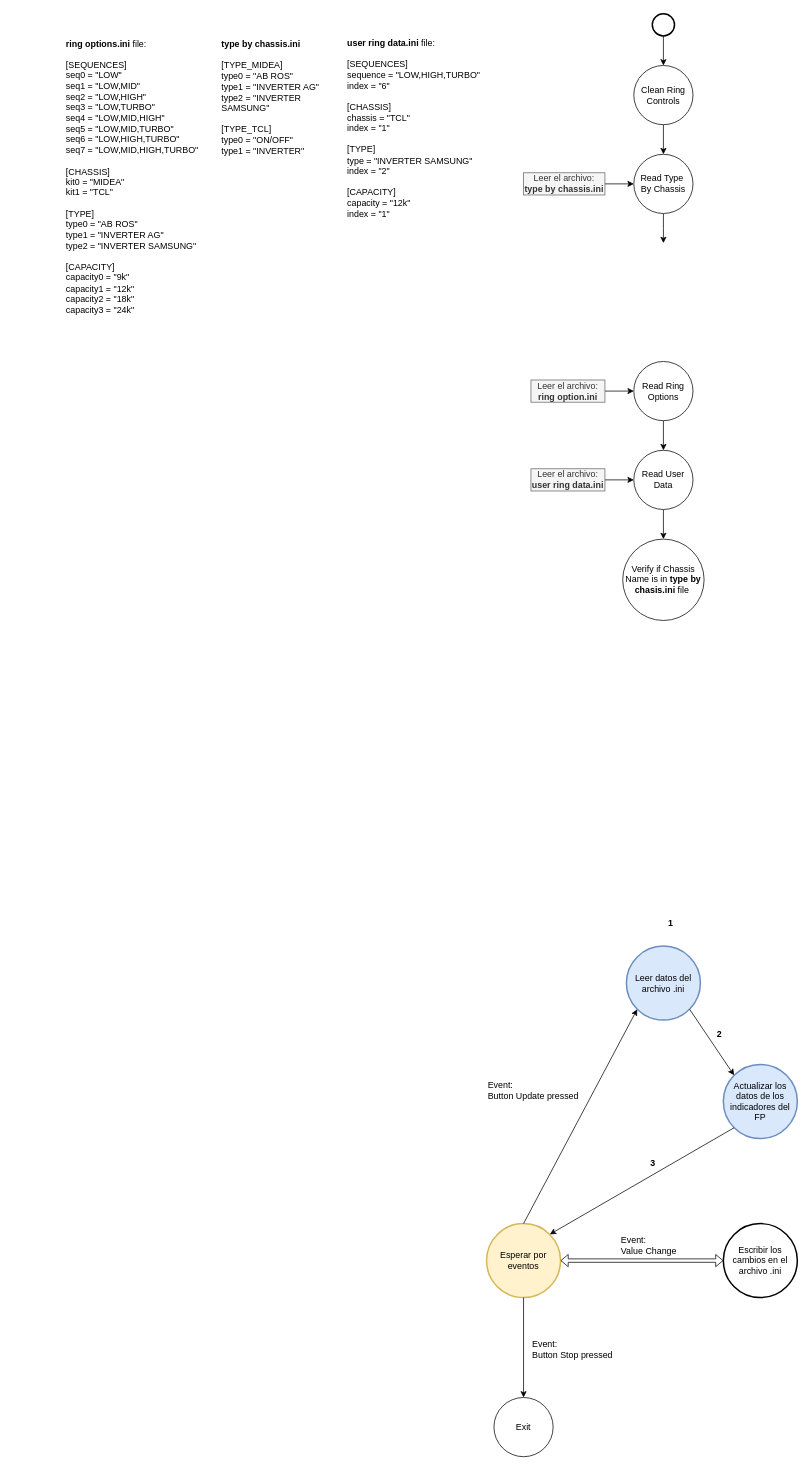
Earlier version of the draw.io diagram page "Página-2" (1 of 2) of documentation/Diagrama de flujo2.drawio (rnt-code/Actualizacion-Dinamica-y-Persistente-de-Datos-en-el-Panel-Frontal). Source tidied: cells renumbered, new cells numbered last; positions are measured from the earlier drawing's top-left corner, leaving out a move shared by most shapes. Both pictures are drawn from the tidied source at 74%, with x=0, y=0 at pixel (64, 13).
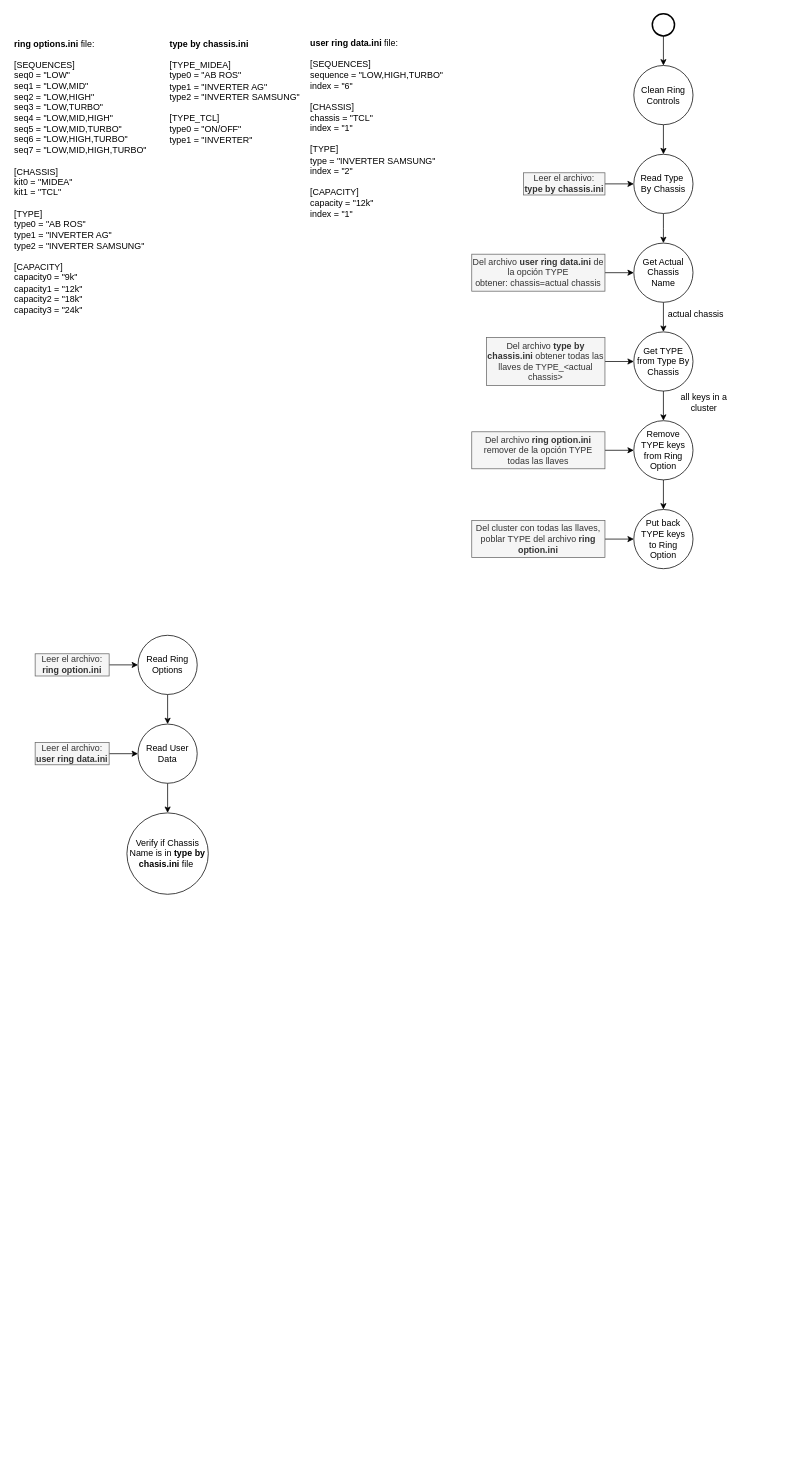
Above is the later version.

Change to the diagram source:
```diff
@@
-    <mxCell id="4" value="Leer datos del archivo .ini" style="strokeWidth=2;html=1;shape=mxgraph.flowchart.start_2;whiteSpace=wrap;fillColor=#dae8fc;strokeColor=#6c8ebf;" parent="1" vertex="1">
-      <mxGeometry x="759" y="1260" width="100" height="100" as="geometry" />
-    </mxCell>
-    <mxCell id="5" value="Actualizar los datos de los indicadores del FP" style="strokeWidth=2;html=1;shape=mxgraph.flowchart.start_2;whiteSpace=wrap;fillColor=#dae8fc;strokeColor=#6c8ebf;" parent="1" vertex="1">
-      <mxGeometry x="890" y="1420" width="100" height="100" as="geometry" />
-    </mxCell>
-    <mxCell id="6" value="Esperar por eventos" style="strokeWidth=2;html=1;shape=mxgraph.flowchart.start_2;whiteSpace=wrap;fillColor=#fff2cc;strokeColor=#d6b656;" parent="1" vertex="1">
-      <mxGeometry x="570" y="1635" width="100" height="100" as="geometry" />
-    </mxCell>
-    <mxCell id="7" value="Escribir los cambios en el archivo .ini" style="strokeWidth=2;html=1;shape=mxgraph.flowchart.start_2;whiteSpace=wrap;" parent="1" vertex="1">
-      <mxGeometry x="890" y="1635" width="100" height="100" as="geometry" />
-    </mxCell>
-    <mxCell id="8" style="endArrow=classic;html=1;rounded=0;entryX=0.145;entryY=0.145;entryDx=0;entryDy=0;entryPerimeter=0;exitX=0.855;exitY=0.855;exitDx=0;exitDy=0;exitPerimeter=0;" parent="1" edge="1" source="4" target="5">
-      <mxGeometry relative="1" as="geometry" />
-    </mxCell>
-    <mxCell id="9" style="endArrow=classic;html=1;rounded=0;entryX=0.855;entryY=0.145;entryDx=0;entryDy=0;entryPerimeter=0;exitX=0.145;exitY=0.855;exitDx=0;exitDy=0;exitPerimeter=0;" parent="1" edge="1" source="5" target="6">
-      <mxGeometry relative="1" as="geometry" />
-    </mxCell>
-    <mxCell id="10" value="Event: &lt;br&gt;Value Change" style="text;html=1;strokeColor=none;fillColor=none;align=left;verticalAlign=middle;whiteSpace=wrap;rounded=0;" parent="1" vertex="1">
-      <mxGeometry x="750" y="1650" width="87" height="30" as="geometry" />
-    </mxCell>
-    <mxCell id="11" value="Exit" style="ellipse;whiteSpace=wrap;html=1;" parent="1" vertex="1">
-      <mxGeometry x="580" y="1870" width="80" height="80" as="geometry" />
-    </mxCell>
-    <mxCell id="12" style="endArrow=classic;html=1;rounded=0;exitX=0.5;exitY=1;exitDx=0;exitDy=0;exitPerimeter=0;" parent="1" edge="1" source="6" target="11">
-      <mxGeometry relative="1" as="geometry" />
-    </mxCell>
-    <mxCell id="13" value="Event: &lt;br&gt;Button Stop pressed" style="text;html=1;strokeColor=none;fillColor=none;align=left;verticalAlign=middle;whiteSpace=wrap;rounded=0;" parent="1" vertex="1">
-      <mxGeometry x="630" y="1790" width="120" height="30" as="geometry" />
-    </mxCell>
-    <mxCell id="14" value="Event: &lt;br&gt;Button Update pressed" style="text;html=1;strokeColor=none;fillColor=none;align=left;verticalAlign=middle;whiteSpace=wrap;rounded=0;" parent="1" vertex="1">
-      <mxGeometry x="570" y="1440" width="137" height="30" as="geometry" />
-    </mxCell>
-    <mxCell id="15" style="shape=flexArrow;endArrow=classic;startArrow=classic;html=1;rounded=0;width=4.615384615384615;endSize=2.953333333333333;endWidth=10.888888888888888;startWidth=10.888888888888888;startSize=2.953333333333333;entryX=0;entryY=0.5;entryDx=0;entryDy=0;entryPerimeter=0;exitX=1;exitY=0.5;exitDx=0;exitDy=0;exitPerimeter=0;" parent="1" edge="1" source="6" target="7">
-      <mxGeometry relative="1" as="geometry" />
-    </mxCell>
-    <mxCell id="16" value="1" style="text;html=1;strokeColor=none;fillColor=none;align=center;verticalAlign=middle;whiteSpace=wrap;rounded=0;fontStyle=1;" parent="1" vertex="1">
-      <mxGeometry x="809" y="1220" width="20" height="20" as="geometry" />
-    </mxCell>
-    <mxCell id="17" value="2" style="text;html=1;strokeColor=none;fillColor=none;align=center;verticalAlign=middle;whiteSpace=wrap;rounded=0;fontStyle=1;" parent="1" vertex="1">
-      <mxGeometry x="875" y="1370" width="20" height="20" as="geometry" />
-    </mxCell>
-    <mxCell id="18" value="3" style="text;html=1;strokeColor=none;fillColor=none;align=center;verticalAlign=middle;whiteSpace=wrap;rounded=0;fontStyle=1;" parent="1" vertex="1">
-      <mxGeometry x="784.5" y="1544" width="20" height="20" as="geometry" />
-    </mxCell>
-    <mxCell id="19" style="endArrow=classic;html=1;rounded=0;exitX=0.5;exitY=0;exitDx=0;exitDy=0;exitPerimeter=0;entryX=0.145;entryY=0.855;entryDx=0;entryDy=0;entryPerimeter=0;" parent="1" edge="1" source="6" target="4">
-      <mxGeometry relative="1" as="geometry" />
-    </mxCell>
@@
     <mxCell id="22" value="Verify if Chassis Name is in &lt;b&gt;type by chasis.ini&lt;/b&gt; file&amp;nbsp;" style="ellipse;whiteSpace=wrap;html=1;" parent="1" vertex="1">
-      <mxGeometry x="754" y="710" width="110" height="110" as="geometry" />
+      <mxGeometry x="84" y="1080" width="110" height="110" as="geometry" />
     </mxCell>
@@
     <mxCell id="24" value="Read Ring Options" style="ellipse;whiteSpace=wrap;html=1;" parent="1" vertex="1">
-      <mxGeometry x="769" y="470" width="80" height="80" as="geometry" />
+      <mxGeometry x="99" y="840" width="80" height="80" as="geometry" />
     </mxCell>
     <mxCell id="25" style="edgeStyle=orthogonalEdgeStyle;rounded=0;jettySize=auto;html=1;exitX=1;exitY=0.5;exitDx=0;exitDy=0;entryX=0;entryY=0.5;entryDx=0;entryDy=0;" parent="1" edge="1" source="26">
       <mxGeometry relative="1" as="geometry">
-        <mxPoint x="769" y="630" as="targetPoint" />
+        <mxPoint x="99" y="1000" as="targetPoint" />
       </mxGeometry>
     </mxCell>
     <mxCell id="26" value="Leer el archivo: &lt;b&gt;user&amp;nbsp;ring data.ini&lt;/b&gt;" style="text;html=1;strokeColor=#666666;fillColor=#f5f5f5;align=center;verticalAlign=middle;whiteSpace=wrap;rounded=0;fontColor=#333333;" parent="1" vertex="1">
-      <mxGeometry x="630" y="615" width="100" height="30" as="geometry" />
+      <mxGeometry x="-40" y="985" width="100" height="30" as="geometry" />
     </mxCell>
@@
     <mxCell id="28" value="Read User Data" style="ellipse;whiteSpace=wrap;html=1;" parent="1" vertex="1">
-      <mxGeometry x="769" y="590" width="80" height="80" as="geometry" />
+      <mxGeometry x="99" y="960" width="80" height="80" as="geometry" />
     </mxCell>
@@
     <mxCell id="33" style="edgeStyle=orthogonalEdgeStyle;rounded=0;jettySize=auto;html=1;exitX=1;exitY=0.5;exitDx=0;exitDy=0;entryX=0;entryY=0.5;entryDx=0;entryDy=0;" parent="1" edge="1" source="34">
       <mxGeometry relative="1" as="geometry">
-        <mxPoint x="769" y="510" as="targetPoint" />
+        <mxPoint x="99" y="880" as="targetPoint" />
       </mxGeometry>
     </mxCell>
     <mxCell id="34" value="Leer el archivo: &lt;b&gt;ring option.ini&lt;/b&gt;" style="text;html=1;strokeColor=#666666;fillColor=#f5f5f5;align=center;verticalAlign=middle;whiteSpace=wrap;rounded=0;fontColor=#333333;" parent="1" vertex="1">
-      <mxGeometry x="630" y="495" width="100" height="30" as="geometry" />
+      <mxGeometry x="-40" y="865" width="100" height="30" as="geometry" />
     </mxCell>
     <mxCell id="35" value="&lt;div&gt;&lt;b&gt;user ring data.ini&lt;/b&gt; file:&lt;/div&gt;&lt;div&gt;&lt;br&gt;&lt;/div&gt;&lt;div&gt;[SEQUENCES]&lt;/div&gt;&lt;div&gt;sequence = &quot;LOW,HIGH,TURBO&quot;&lt;/div&gt;&lt;div&gt;index = &quot;6&quot;&lt;/div&gt;&lt;div&gt;&lt;br&gt;&lt;/div&gt;&lt;div&gt;[CHASSIS]&lt;/div&gt;&lt;div&gt;chassis = &quot;TCL&quot;&lt;/div&gt;&lt;div&gt;index = &quot;1&quot;&lt;/div&gt;&lt;div&gt;&lt;br&gt;&lt;/div&gt;&lt;div&gt;[TYPE]&lt;/div&gt;&lt;div&gt;type = &quot;INVERTER SAMSUNG&quot;&lt;/div&gt;&lt;div&gt;index = &quot;2&quot;&lt;/div&gt;&lt;div&gt;&lt;br&gt;&lt;/div&gt;&lt;div&gt;[CAPACITY]&lt;/div&gt;&lt;div&gt;capacity = &quot;12k&quot;&lt;/div&gt;&lt;div&gt;index = &quot;1&quot;&lt;/div&gt;" style="text;html=1;strokeColor=none;fillColor=none;align=left;verticalAlign=bottom;whiteSpace=wrap;rounded=0;" parent="1" vertex="1">
-      <mxGeometry x="380" y="30" width="200" height="250" as="geometry" />
+      <mxGeometry x="330" y="30" width="200" height="250" as="geometry" />
     </mxCell>
     <mxCell id="36" value="&lt;div&gt;&lt;b&gt;type by chassis.ini&lt;/b&gt;&lt;/div&gt;&lt;div&gt;&lt;br&gt;&lt;/div&gt;&lt;div&gt;[TYPE_MIDEA]&lt;/div&gt;&lt;div&gt;type0 = &quot;AB ROS&quot;&lt;/div&gt;&lt;div&gt;type1 = &quot;INVERTER AG&quot;&lt;/div&gt;&lt;div&gt;type2 = &quot;INVERTER SAMSUNG&quot;&lt;/div&gt;&lt;div&gt;&lt;br&gt;&lt;/div&gt;&lt;div&gt;[TYPE_TCL]&lt;/div&gt;&lt;div&gt;type0 = &quot;ON/OFF&quot;&lt;/div&gt;&lt;div&gt;type1 = &quot;INVERTER&quot;&lt;/div&gt;" style="text;html=1;align=left;verticalAlign=bottom;whiteSpace=wrap;rounded=0;" parent="1" vertex="1">
-      <mxGeometry x="210" y="30" width="170" height="165" as="geometry" />
+      <mxGeometry x="140" y="30" width="190" height="150" as="geometry" />
     </mxCell>
     <mxCell id="37" value="&lt;div style=&quot;text-wrap-mode: nowrap;&quot;&gt;&lt;b&gt;ring options.ini&lt;/b&gt;&amp;nbsp;file:&lt;/div&gt;&lt;div style=&quot;text-wrap-mode: nowrap;&quot;&gt;&lt;br&gt;&lt;/div&gt;&lt;div style=&quot;text-wrap-mode: nowrap;&quot;&gt;[SEQUENCES]&lt;/div&gt;&lt;div style=&quot;text-wrap-mode: nowrap;&quot;&gt;seq0 = &quot;LOW&quot;&lt;/div&gt;&lt;div style=&quot;text-wrap-mode: nowrap;&quot;&gt;seq1 = &quot;LOW,MID&quot;&lt;/div&gt;&lt;div style=&quot;text-wrap-mode: nowrap;&quot;&gt;seq2 = &quot;LOW,HIGH&quot;&lt;/div&gt;&lt;div style=&quot;text-wrap-mode: nowrap;&quot;&gt;seq3 = &quot;LOW,TURBO&quot;&lt;/div&gt;&lt;div style=&quot;text-wrap-mode: nowrap;&quot;&gt;seq4 = &quot;LOW,MID,HIGH&quot;&lt;/div&gt;&lt;div style=&quot;text-wrap-mode: nowrap;&quot;&gt;seq5 = &quot;LOW,MID,TURBO&quot;&lt;/div&gt;&lt;div style=&quot;text-wrap-mode: nowrap;&quot;&gt;seq6 = &quot;LOW,HIGH,TURBO&quot;&lt;/div&gt;&lt;div style=&quot;text-wrap-mode: nowrap;&quot;&gt;seq7 = &quot;LOW,MID,HIGH,TURBO&quot;&lt;/div&gt;&lt;div style=&quot;text-wrap-mode: nowrap;&quot;&gt;&lt;br&gt;&lt;/div&gt;&lt;div style=&quot;text-wrap-mode: nowrap;&quot;&gt;[CHASSIS]&lt;/div&gt;&lt;div style=&quot;text-wrap-mode: nowrap;&quot;&gt;kit0 = &quot;MIDEA&quot;&lt;/div&gt;&lt;div style=&quot;text-wrap-mode: nowrap;&quot;&gt;kit1 = &quot;TCL&quot;&lt;/div&gt;&lt;div style=&quot;text-wrap-mode: nowrap;&quot;&gt;&lt;br&gt;&lt;/div&gt;&lt;div style=&quot;text-wrap-mode: nowrap;&quot;&gt;[TYPE]&lt;/div&gt;&lt;div style=&quot;text-wrap-mode: nowrap;&quot;&gt;type0 = &quot;AB ROS&quot;&lt;/div&gt;&lt;div style=&quot;text-wrap-mode: nowrap;&quot;&gt;type1 = &quot;INVERTER AG&quot;&lt;/div&gt;&lt;div style=&quot;text-wrap-mode: nowrap;&quot;&gt;type2 = &quot;INVERTER SAMSUNG&quot;&lt;/div&gt;&lt;div style=&quot;text-wrap-mode: nowrap;&quot;&gt;&lt;br&gt;&lt;/div&gt;&lt;div style=&quot;text-wrap-mode: nowrap;&quot;&gt;[CAPACITY]&lt;/div&gt;&lt;div style=&quot;text-wrap-mode: nowrap;&quot;&gt;capacity0 = &quot;9k&quot;&lt;/div&gt;&lt;div style=&quot;text-wrap-mode: nowrap;&quot;&gt;capacity1 = &quot;12k&quot;&lt;/div&gt;&lt;div style=&quot;text-wrap-mode: nowrap;&quot;&gt;capacity2 = &quot;18k&quot;&lt;/div&gt;&lt;div style=&quot;text-wrap-mode: nowrap;&quot;&gt;capacity3 = &quot;24k&quot;&lt;/div&gt;" style="text;html=1;align=left;verticalAlign=bottom;whiteSpace=wrap;rounded=0;" parent="1" vertex="1">
-      <mxGeometry y="30" width="210" height="380" as="geometry" />
+      <mxGeometry x="-70" y="30" width="210" height="380" as="geometry" />
     </mxCell>
+    <mxCell id="38" style="edgeStyle=orthogonalEdgeStyle;rounded=0;jettySize=auto;html=1;exitX=0.5;exitY=1;exitDx=0;exitDy=0;entryX=0.5;entryY=0;entryDx=0;entryDy=0;" parent="1" edge="1" source="39" target="43">
+      <mxGeometry relative="1" as="geometry" />
+    </mxCell>
+    <mxCell id="39" value="Get Actual Chassis Name" style="ellipse;whiteSpace=wrap;html=1;" parent="1" vertex="1">
+      <mxGeometry x="769" y="310" width="80" height="80" as="geometry" />
+    </mxCell>
+    <mxCell id="40" style="edgeStyle=orthogonalEdgeStyle;rounded=0;jettySize=auto;html=1;exitX=1;exitY=0.5;exitDx=0;exitDy=0;entryX=0;entryY=0.5;entryDx=0;entryDy=0;" parent="1" edge="1" source="41">
+      <mxGeometry relative="1" as="geometry">
+        <mxPoint x="769" y="350" as="targetPoint" />
+      </mxGeometry>
+    </mxCell>
+    <mxCell id="41" value="Del archivo&amp;nbsp;&lt;b style=&quot;border-color: var(--border-color);&quot;&gt;user&amp;nbsp;ring data.ini&amp;nbsp;&lt;/b&gt;&lt;span style=&quot;border-color: var(--border-color);&quot;&gt;de la opción TYPE obtener:&lt;/span&gt;&lt;b style=&quot;border-color: var(--border-color);&quot;&gt;&amp;nbsp;&lt;/b&gt;chassis=actual chassis" style="text;html=1;strokeColor=#666666;fillColor=#f5f5f5;align=center;verticalAlign=middle;whiteSpace=wrap;rounded=0;fontColor=#333333;" parent="1" vertex="1">
+      <mxGeometry x="550" y="325" width="180" height="50" as="geometry" />
+    </mxCell>
+    <mxCell id="42" style="edgeStyle=orthogonalEdgeStyle;rounded=0;jettySize=auto;html=1;exitX=0.5;exitY=1;exitDx=0;exitDy=0;entryX=0.5;entryY=0;entryDx=0;entryDy=0;" parent="1" edge="1" source="43" target="49">
+      <mxGeometry relative="1" as="geometry" />
+    </mxCell>
+    <mxCell id="43" value="Get TYPE from Type By Chassis" style="ellipse;whiteSpace=wrap;html=1;" parent="1" vertex="1">
+      <mxGeometry x="769" y="430" width="80" height="80" as="geometry" />
+    </mxCell>
+    <mxCell id="44" style="edgeStyle=orthogonalEdgeStyle;rounded=0;jettySize=auto;html=1;exitX=1;exitY=0.5;exitDx=0;exitDy=0;entryX=0;entryY=0.5;entryDx=0;entryDy=0;" parent="1" edge="1" source="45">
+      <mxGeometry relative="1" as="geometry">
+        <mxPoint x="769" y="470" as="targetPoint" />
+      </mxGeometry>
+    </mxCell>
+    <mxCell id="45" value="Del archivo &lt;b style=&quot;border-color: var(--border-color);&quot;&gt;type by chassis.ini&amp;nbsp;&lt;/b&gt;&lt;span style=&quot;border-color: var(--border-color);&quot;&gt;obtener todas las llaves de TYPE_&amp;lt;actual chassis&amp;gt;&lt;/span&gt;" style="text;html=1;strokeColor=#666666;fillColor=#f5f5f5;align=center;verticalAlign=middle;whiteSpace=wrap;rounded=0;fontColor=#333333;" parent="1" vertex="1">
+      <mxGeometry x="570" y="437.5" width="160" height="65" as="geometry" />
+    </mxCell>
+    <mxCell id="46" value="actual chassis" style="text;html=1;strokeColor=none;fillColor=none;align=center;verticalAlign=middle;whiteSpace=wrap;rounded=0;" parent="1" vertex="1">
+      <mxGeometry x="803" y="392" width="100" height="30" as="geometry" />
+    </mxCell>
+    <mxCell id="47" value="all keys in a cluster" style="text;html=1;strokeColor=none;fillColor=none;align=center;verticalAlign=middle;whiteSpace=wrap;rounded=0;" parent="1" vertex="1">
+      <mxGeometry x="818" y="510" width="92" height="30" as="geometry" />
+    </mxCell>
+    <mxCell id="48" style="edgeStyle=orthogonalEdgeStyle;rounded=0;jettySize=auto;html=1;exitX=0.5;exitY=1;exitDx=0;exitDy=0;entryX=0.5;entryY=0;entryDx=0;entryDy=0;" parent="1" edge="1" source="49" target="52">
+      <mxGeometry relative="1" as="geometry" />
+    </mxCell>
+    <mxCell id="49" value="Remove TYPE keys&lt;br&gt;from Ring Option" style="ellipse;whiteSpace=wrap;html=1;" parent="1" vertex="1">
+      <mxGeometry x="769" y="550" width="80" height="80" as="geometry" />
+    </mxCell>
+    <mxCell id="50" style="edgeStyle=orthogonalEdgeStyle;rounded=0;jettySize=auto;html=1;exitX=1;exitY=0.5;exitDx=0;exitDy=0;entryX=0;entryY=0.5;entryDx=0;entryDy=0;" parent="1" edge="1" source="51">
+      <mxGeometry relative="1" as="geometry">
+        <mxPoint x="769" y="590" as="targetPoint" />
+      </mxGeometry>
+    </mxCell>
+    <mxCell id="51" value="Del archivo&amp;nbsp;&lt;b style=&quot;border-color: var(--border-color);&quot;&gt;ring option.ini &lt;/b&gt;&lt;span style=&quot;border-color: var(--border-color);&quot;&gt;remover&lt;/span&gt;&lt;b style=&quot;border-color: var(--border-color);&quot;&gt;&amp;nbsp;&lt;/b&gt;&lt;span style=&quot;border-color: var(--border-color);&quot;&gt;de la opción TYPE todas las llaves&lt;/span&gt;" style="text;html=1;strokeColor=#666666;fillColor=#f5f5f5;align=center;verticalAlign=middle;whiteSpace=wrap;rounded=0;fontColor=#333333;" parent="1" vertex="1">
+      <mxGeometry x="550" y="565" width="180" height="50" as="geometry" />
+    </mxCell>
+    <mxCell id="52" value="Put back TYPE keys&lt;br&gt;to Ring &lt;br&gt;Option" style="ellipse;whiteSpace=wrap;html=1;" parent="1" vertex="1">
+      <mxGeometry x="769" y="670" width="80" height="80" as="geometry" />
+    </mxCell>
+    <mxCell id="53" style="edgeStyle=orthogonalEdgeStyle;rounded=0;jettySize=auto;html=1;exitX=1;exitY=0.5;exitDx=0;exitDy=0;entryX=0;entryY=0.5;entryDx=0;entryDy=0;" parent="1" edge="1" source="54">
+      <mxGeometry relative="1" as="geometry">
+        <mxPoint x="769" y="710" as="targetPoint" />
+      </mxGeometry>
+    </mxCell>
+    <mxCell id="54" value="Del cluster con todas las llaves, poblar TYPE del archivo&amp;nbsp;&lt;b style=&quot;border-color: var(--border-color);&quot;&gt;ring option.ini&lt;/b&gt;" style="text;html=1;strokeColor=#666666;fillColor=#f5f5f5;align=center;verticalAlign=middle;whiteSpace=wrap;rounded=0;fontColor=#333333;" parent="1" vertex="1">
+      <mxGeometry x="550" y="685" width="180" height="50" as="geometry" />
+    </mxCell>
```
